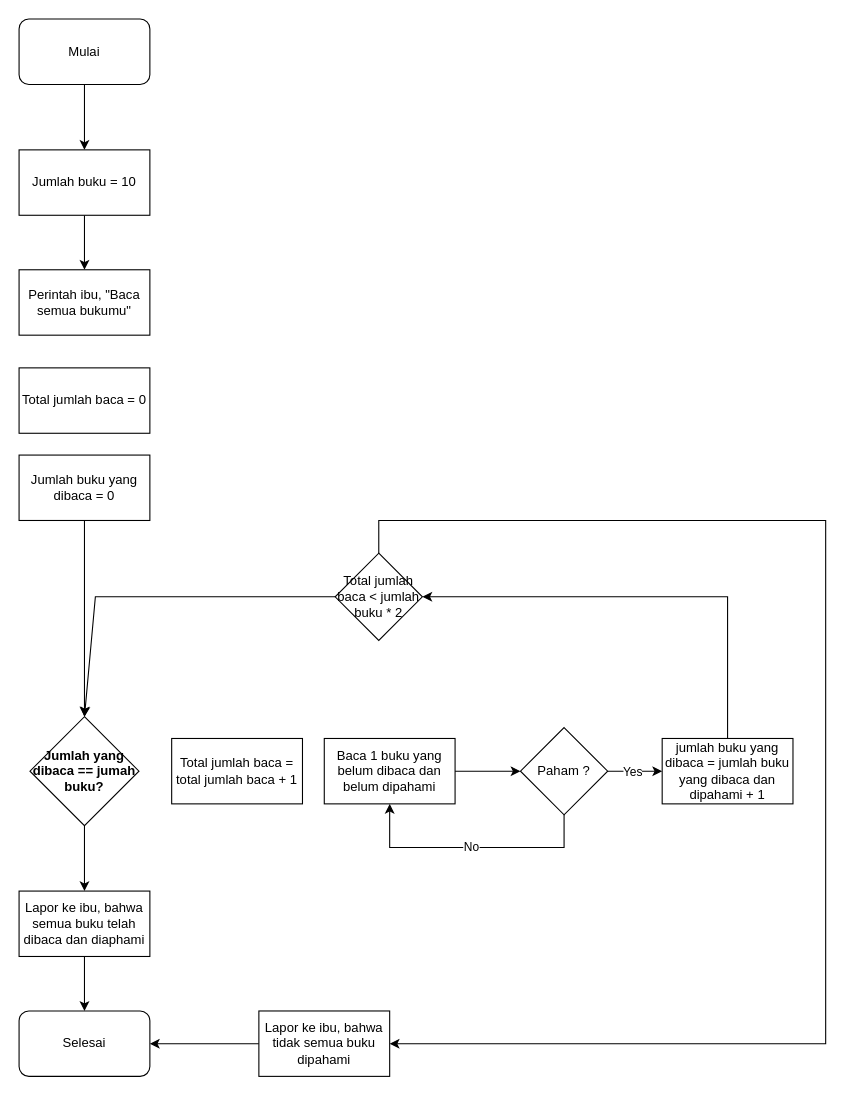
Before: [Diagram] Base Syntax - Looping with undifined count Case.drawio in Jalilsatria/My-python-code, a draw.io diagram. Source tidied: cells renumbered, new cells numbered last; positions are measured from the earlier drawing's top-left corner, leaving out a move shared by most shapes. Both pictures are drawn from the tidied source at 109%, with x=0, y=0 at pixel (19, 19).
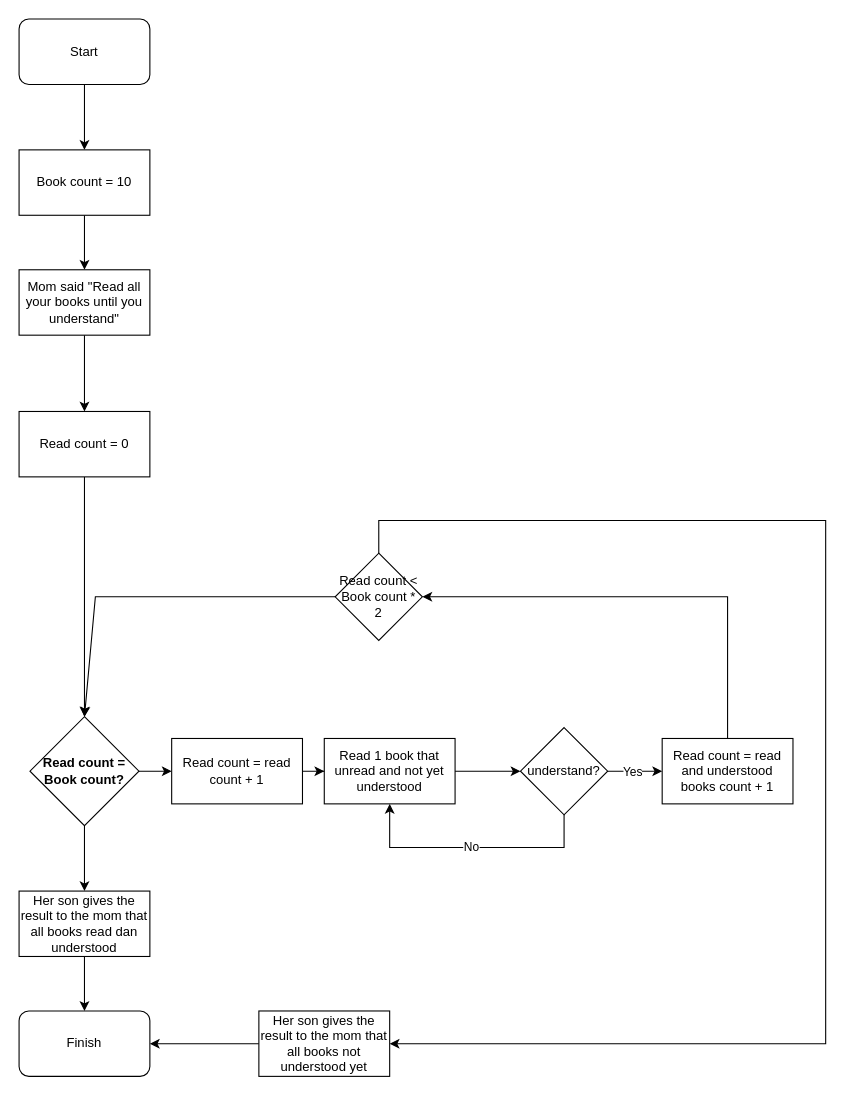
Above is the later version.

Diff of the diagram source:
```diff
@@
-    <mxCell id="3" value="Mulai" style="rounded=1;whiteSpace=wrap;html=1;" parent="1" vertex="1">
+    <mxCell id="3" value="Start" style="rounded=1;whiteSpace=wrap;html=1;" parent="1" vertex="1">
       <mxGeometry width="120" height="60" as="geometry" />
     </mxCell>
-    <mxCell id="4" value="Selesai" style="rounded=1;whiteSpace=wrap;html=1;" parent="1" vertex="1">
+    <mxCell id="4" value="Finish" style="rounded=1;whiteSpace=wrap;html=1;" parent="1" vertex="1">
       <mxGeometry y="910" width="120" height="60" as="geometry" />
     </mxCell>
@@
-    <mxCell id="6" value="Jumlah buku = 10" style="rounded=0;whiteSpace=wrap;html=1;" parent="1" vertex="1">
+    <mxCell id="6" value="Book count = 10" style="rounded=0;whiteSpace=wrap;html=1;" parent="1" vertex="1">
       <mxGeometry y="120" width="120" height="60" as="geometry" />
     </mxCell>
+    <mxCell id="29" style="edgeStyle=orthogonalEdgeStyle;rounded=0;jettySize=auto;html=1;" parent="1" edge="1" source="7" target="21">
+      <mxGeometry relative="1" as="geometry" />
+    </mxCell>
-    <mxCell id="7" value="Perintah ibu, &quot;Baca semua bukumu&quot;" style="rounded=0;whiteSpace=wrap;html=1;" parent="1" vertex="1">
+    <mxCell id="7" value="Mom said &quot;Read all your books until you understand&quot;" style="rounded=0;whiteSpace=wrap;html=1;" parent="1" vertex="1">
       <mxGeometry y="230" width="120" height="60" as="geometry" />
     </mxCell>
-    <mxCell id="8" style="edgeStyle=orthogonalEdgeStyle;rounded=0;jettySize=auto;html=1;" parent="1" edge="1" source="9" target="11">
-      <mxGeometry relative="1" as="geometry" />
-    </mxCell>
-    <mxCell id="9" value="Jumlah buku yang dibaca = 0" style="rounded=0;whiteSpace=wrap;html=1;" parent="1" vertex="1">
-      <mxGeometry y="400" width="120" height="60" as="geometry" />
-    </mxCell>
@@
+    <mxCell id="30" style="edgeStyle=orthogonalEdgeStyle;rounded=0;jettySize=auto;html=1;" parent="1" edge="1" source="11" target="22">
+      <mxGeometry relative="1" as="geometry" />
+    </mxCell>
-    <mxCell id="11" value="&lt;b&gt;Jumlah yang dibaca == jumah buku?&lt;/b&gt;" style="rhombus;whiteSpace=wrap;html=1;" parent="1" vertex="1">
+    <mxCell id="11" value="&lt;b&gt;Read count = Book count?&lt;/b&gt;" style="rhombus;whiteSpace=wrap;html=1;" parent="1" vertex="1">
       <mxGeometry x="10" y="640" width="100" height="100" as="geometry" />
     </mxCell>
@@
-    <mxCell id="13" value="Lapor ke ibu, bahwa semua buku telah dibaca dan diaphami" style="rounded=0;whiteSpace=wrap;html=1;" parent="1" vertex="1">
+    <mxCell id="13" value="Her son gives the result to the mom that all books read dan understood" style="rounded=0;whiteSpace=wrap;html=1;" parent="1" vertex="1">
       <mxGeometry y="800" width="120" height="60" as="geometry" />
     </mxCell>
@@
-    <mxCell id="16" value="Baca 1 buku yang belum dibaca dan belum dipahami" style="whiteSpace=wrap;html=1;" parent="1" vertex="1">
+    <mxCell id="16" value="Read 1 book that unread and not yet understood" style="whiteSpace=wrap;html=1;" parent="1" vertex="1">
       <mxGeometry x="280" y="660" width="120" height="60" as="geometry" />
     </mxCell>
-    <mxCell id="17" value="jumlah buku yang dibaca = jumlah buku yang dibaca dan dipahami + 1" style="whiteSpace=wrap;html=1;" parent="1" vertex="1">
+    <mxCell id="17" value="Read count = read and understood books count + 1" style="whiteSpace=wrap;html=1;" parent="1" vertex="1">
       <mxGeometry x="590" y="660" width="120" height="60" as="geometry" />
     </mxCell>
-    <mxCell id="18" value="Paham ?" style="rhombus;whiteSpace=wrap;html=1;" parent="1" vertex="1">
+    <mxCell id="18" value="understand?" style="rhombus;whiteSpace=wrap;html=1;" parent="1" vertex="1">
       <mxGeometry x="460" y="650" width="80" height="80" as="geometry" />
     </mxCell>
@@
+    <mxCell id="31" style="edgeStyle=orthogonalEdgeStyle;rounded=0;jettySize=auto;html=1;" parent="1" edge="1" source="21" target="11">
+      <mxGeometry relative="1" as="geometry" />
+    </mxCell>
-    <mxCell id="21" value="Total jumlah baca = 0" style="rounded=0;whiteSpace=wrap;html=1;" parent="1" vertex="1">
-      <mxGeometry y="320" width="120" height="60" as="geometry" />
+    <mxCell id="21" value="Read count = 0" style="rounded=0;whiteSpace=wrap;html=1;" parent="1" vertex="1">
+      <mxGeometry y="360" width="120" height="60" as="geometry" />
     </mxCell>
+    <mxCell id="32" style="edgeStyle=orthogonalEdgeStyle;rounded=0;jettySize=auto;html=1;" parent="1" edge="1" source="22" target="16">
+      <mxGeometry relative="1" as="geometry" />
+    </mxCell>
-    <mxCell id="22" value="Total jumlah baca = total jumlah baca + 1" style="rounded=0;whiteSpace=wrap;html=1;" parent="1" vertex="1">
+    <mxCell id="22" value="Read count = read count + 1" style="rounded=0;whiteSpace=wrap;html=1;" parent="1" vertex="1">
       <mxGeometry x="140" y="660" width="120" height="60" as="geometry" />
     </mxCell>
-    <mxCell id="23" value="Total jumlah baca &amp;lt; jumlah buku * 2" style="rhombus;whiteSpace=wrap;html=1;" parent="1" vertex="1">
+    <mxCell id="23" value="Read count &amp;lt; Book count * 2" style="rhombus;whiteSpace=wrap;html=1;" parent="1" vertex="1">
       <mxGeometry x="290" y="490" width="80" height="80" as="geometry" />
     </mxCell>
@@
-    <mxCell id="28" value="Lapor ke ibu, bahwa tidak semua buku dipahami" style="rounded=0;whiteSpace=wrap;html=1;" parent="1" vertex="1">
+    <mxCell id="28" value="Her son gives the result to the mom that all books not understood yet" style="rounded=0;whiteSpace=wrap;html=1;" parent="1" vertex="1">
       <mxGeometry x="220" y="910" width="120" height="60" as="geometry" />
     </mxCell>
```
